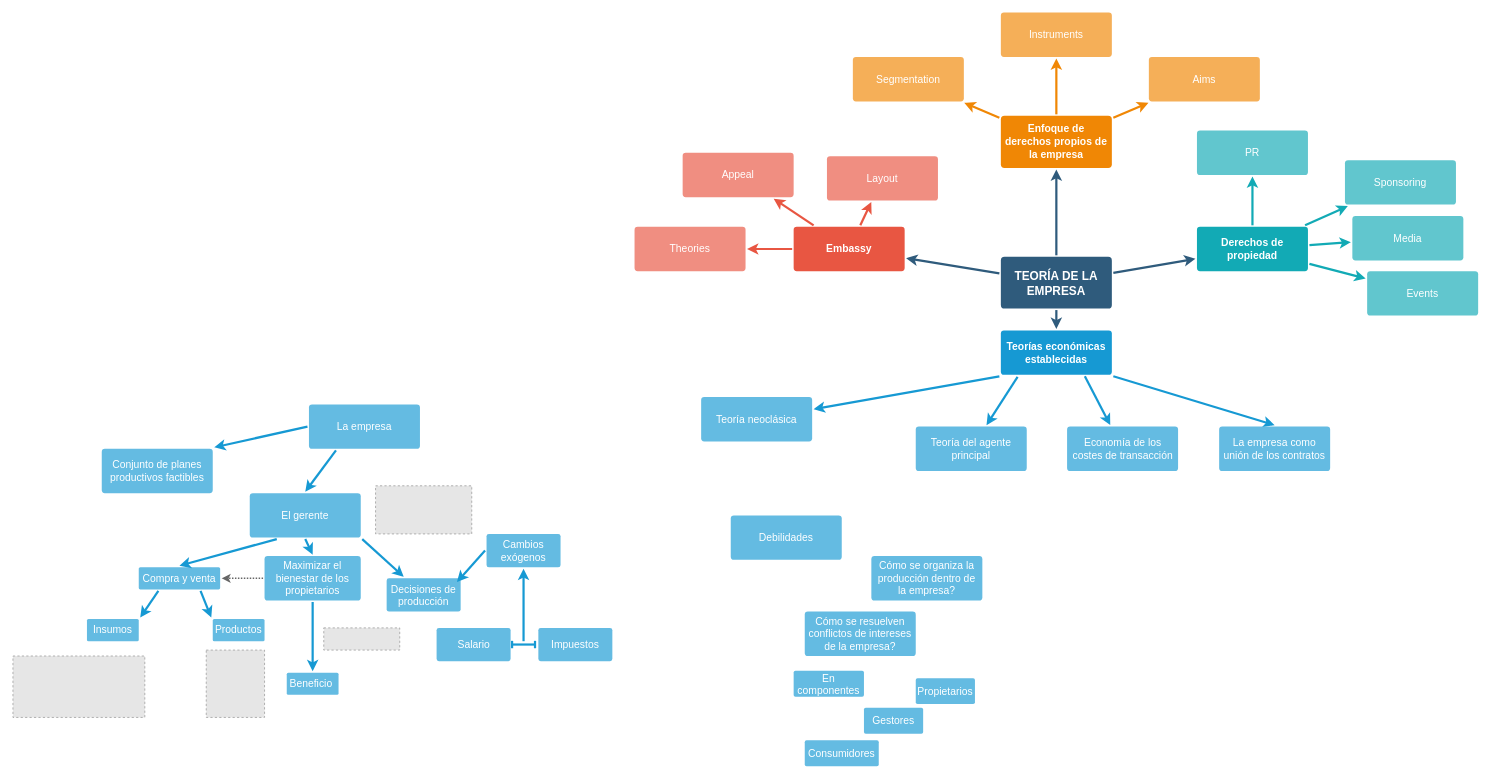
Before: MAPAS MENTALES/Teoría de la regulación.drawio in Jose85100/DIAGRAMAS, a draw.io diagram. Source tidied: cells renumbered, new cells numbered last; positions are measured from the earlier drawing's top-left corner, leaving out a move shared by most shapes. Both pictures are drawn from the tidied source at 74%, with x=0, y=0 at pixel (13, 12). Pictures stored in the file or linked from it are replaced by grey dashed boxes.
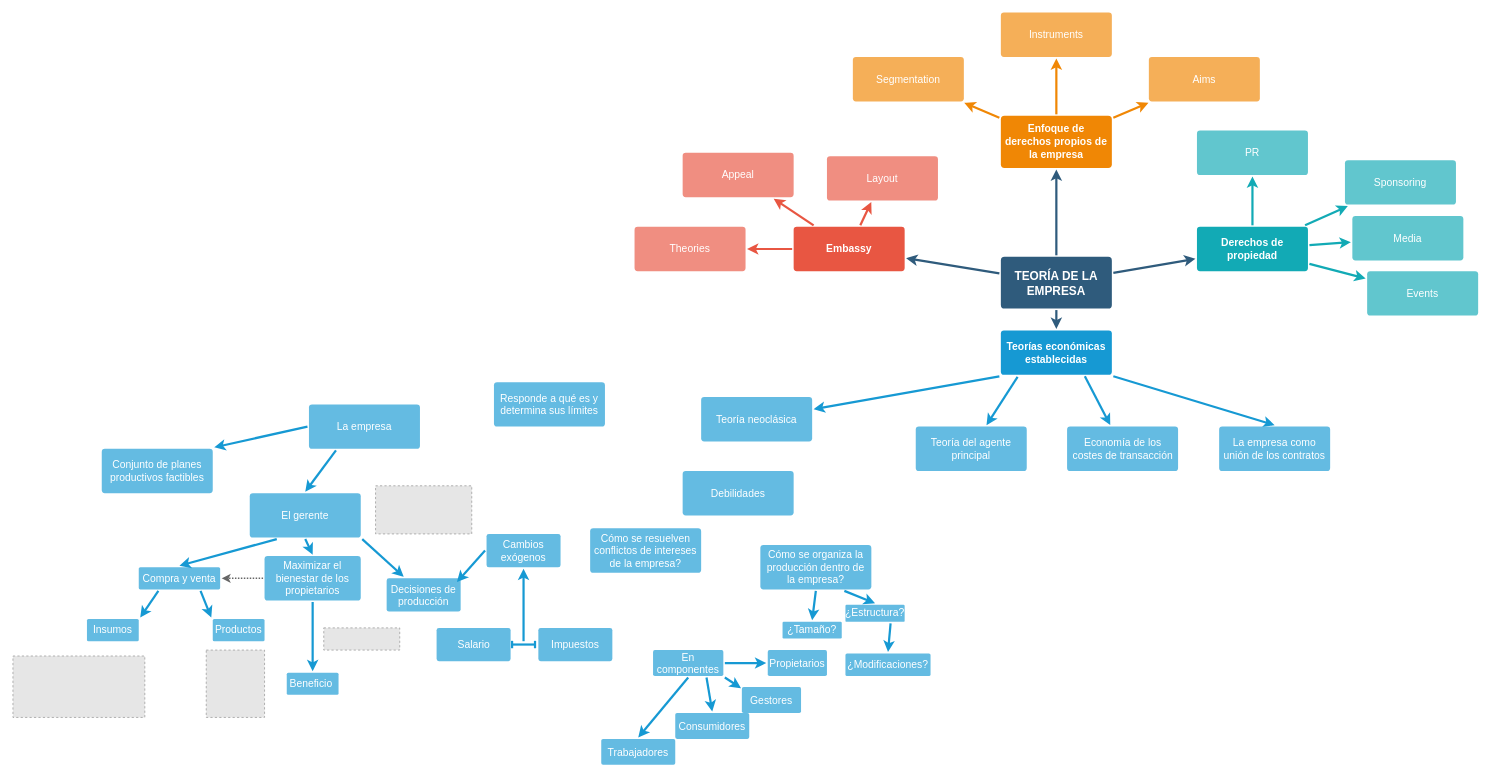
The same diagram, later.

The edit, as a diff of the source:
```diff
@@
     <mxCell id="63" value="Debilidades" style="rounded=1;whiteSpace=wrap;html=1;shadow=0;labelBackgroundColor=none;strokeColor=none;strokeWidth=3;fillColor=#64bbe2;fontFamily=Helvetica;fontSize=14;fontColor=#FFFFFF;align=center;spacing=5;arcSize=7;perimeterSpacing=2;" parent="1" vertex="1">
-      <mxGeometry x="970" y="680" width="150" height="60" as="geometry" />
+      <mxGeometry x="905" y="620" width="150" height="60" as="geometry" />
     </mxCell>
     <mxCell id="64" value="Cómo se organiza la producción dentro de la empresa?" style="rounded=1;whiteSpace=wrap;html=1;shadow=0;labelBackgroundColor=none;strokeColor=none;strokeWidth=3;fillColor=#64bbe2;fontFamily=Helvetica;fontSize=14;fontColor=#FFFFFF;align=center;spacing=5;arcSize=7;perimeterSpacing=2;" parent="1" vertex="1">
-      <mxGeometry x="1160" y="735" width="150" height="60" as="geometry" />
+      <mxGeometry x="1010" y="720" width="150" height="60" as="geometry" />
     </mxCell>
     <mxCell id="65" value="Cómo se resuelven conflictos de intereses de la empresa?" style="rounded=1;whiteSpace=wrap;html=1;shadow=0;labelBackgroundColor=none;strokeColor=none;strokeWidth=3;fillColor=#64bbe2;fontFamily=Helvetica;fontSize=14;fontColor=#FFFFFF;align=center;spacing=5;arcSize=7;perimeterSpacing=2;" parent="1" vertex="1">
-      <mxGeometry x="1070" y="810" width="150" height="60" as="geometry" />
+      <mxGeometry x="780" y="697.5" width="150" height="60" as="geometry" />
     </mxCell>
@@
     <mxCell id="70" value="Propietarios" style="rounded=1;whiteSpace=wrap;html=1;shadow=0;labelBackgroundColor=none;strokeColor=none;strokeWidth=3;fillColor=#64bbe2;fontFamily=Helvetica;fontSize=14;fontColor=#FFFFFF;align=center;spacing=5;arcSize=7;perimeterSpacing=2;" parent="1" vertex="1">
-      <mxGeometry x="1220" y="900" width="80" height="35" as="geometry" />
+      <mxGeometry x="1020" y="862" width="80" height="35" as="geometry" />
     </mxCell>
     <mxCell id="71" value="Gestores" style="rounded=1;whiteSpace=wrap;html=1;shadow=0;labelBackgroundColor=none;strokeColor=none;strokeWidth=3;fillColor=#64bbe2;fontFamily=Helvetica;fontSize=14;fontColor=#FFFFFF;align=center;spacing=5;arcSize=7;perimeterSpacing=2;" parent="1" vertex="1">
-      <mxGeometry x="1150" y="940" width="80" height="35" as="geometry" />
+      <mxGeometry x="985" y="912" width="80" height="35" as="geometry" />
     </mxCell>
     <mxCell id="72" value="Consumidores" style="rounded=1;whiteSpace=wrap;html=1;shadow=0;labelBackgroundColor=none;strokeColor=none;strokeWidth=3;fillColor=#64bbe2;fontFamily=Helvetica;fontSize=14;fontColor=#FFFFFF;align=center;spacing=5;arcSize=7;perimeterSpacing=2;" parent="1" vertex="1">
-      <mxGeometry x="1070" y="984" width="100" height="35" as="geometry" />
+      <mxGeometry x="895" y="947" width="100" height="35" as="geometry" />
     </mxCell>
     <mxCell id="73" value="En componentes" style="rounded=1;whiteSpace=wrap;html=1;shadow=0;labelBackgroundColor=none;strokeColor=none;strokeWidth=3;fillColor=#64bbe2;fontFamily=Helvetica;fontSize=14;fontColor=#FFFFFF;align=center;spacing=5;arcSize=7;perimeterSpacing=2;" parent="1" vertex="1">
-      <mxGeometry x="1055" y="890" width="95" height="35" as="geometry" />
+      <mxGeometry x="865" y="862" width="95" height="35" as="geometry" />
     </mxCell>
+    <mxCell id="74" value="Trabajadores" style="rounded=1;whiteSpace=wrap;html=1;shadow=0;labelBackgroundColor=none;strokeColor=none;strokeWidth=3;fillColor=#64bbe2;fontFamily=Helvetica;fontSize=14;fontColor=#FFFFFF;align=center;spacing=5;arcSize=7;perimeterSpacing=2;" parent="1" vertex="1">
+      <mxGeometry x="795" y="982" width="100" height="35" as="geometry" />
+    </mxCell>
+    <mxCell id="75" style="edgeStyle=none;rounded=0;jumpStyle=none;html=1;shadow=0;labelBackgroundColor=none;startArrow=none;startFill=0;endArrow=classic;endFill=1;jettySize=auto;strokeColor=#1699D3;strokeWidth=3;fontFamily=Helvetica;fontSize=14;fontColor=#FFFFFF;spacing=5;entryX=0;entryY=0.5;entryDx=0;entryDy=0;exitX=1;exitY=0.5;exitDx=0;exitDy=0;" parent="1" edge="1" source="73" target="70">
+      <mxGeometry relative="1" as="geometry" />
+    </mxCell>
+    <mxCell id="76" style="edgeStyle=none;rounded=0;jumpStyle=none;html=1;shadow=0;labelBackgroundColor=none;startArrow=none;startFill=0;endArrow=classic;endFill=1;jettySize=auto;strokeColor=#1699D3;strokeWidth=3;fontFamily=Helvetica;fontSize=14;fontColor=#FFFFFF;spacing=5;entryX=0.011;entryY=0.088;entryDx=0;entryDy=0;exitX=1;exitY=1;exitDx=0;exitDy=0;entryPerimeter=0;" parent="1" edge="1" source="73" target="71">
+      <mxGeometry relative="1" as="geometry" />
+    </mxCell>
+    <mxCell id="77" style="edgeStyle=none;rounded=0;jumpStyle=none;html=1;shadow=0;labelBackgroundColor=none;startArrow=none;startFill=0;endArrow=classic;endFill=1;jettySize=auto;strokeColor=#1699D3;strokeWidth=3;fontFamily=Helvetica;fontSize=14;fontColor=#FFFFFF;spacing=5;exitX=0.75;exitY=1;exitDx=0;exitDy=0;entryX=0.5;entryY=0;entryDx=0;entryDy=0;" parent="1" edge="1" source="73" target="72">
+      <mxGeometry relative="1" as="geometry" />
+    </mxCell>
+    <mxCell id="78" style="edgeStyle=none;rounded=0;jumpStyle=none;html=1;shadow=0;labelBackgroundColor=none;startArrow=none;startFill=0;endArrow=classic;endFill=1;jettySize=auto;strokeColor=#1699D3;strokeWidth=3;fontFamily=Helvetica;fontSize=14;fontColor=#FFFFFF;spacing=5;exitX=0.5;exitY=1;exitDx=0;exitDy=0;entryX=0.5;entryY=0;entryDx=0;entryDy=0;" parent="1" edge="1" source="73" target="74">
+      <mxGeometry relative="1" as="geometry" />
+    </mxCell>
+    <mxCell id="79" value="Responde a qué es y determina sus límites" style="rounded=1;whiteSpace=wrap;html=1;shadow=0;labelBackgroundColor=none;strokeColor=none;strokeWidth=3;fillColor=#64bbe2;fontFamily=Helvetica;fontSize=14;fontColor=#FFFFFF;align=center;spacing=5;arcSize=7;perimeterSpacing=2;" parent="1" vertex="1">
+      <mxGeometry x="650" y="500" width="150" height="60" as="geometry" />
+    </mxCell>
+    <mxCell id="80" style="edgeStyle=none;rounded=0;jumpStyle=none;html=1;shadow=0;labelBackgroundColor=none;startArrow=none;startFill=0;endArrow=classic;endFill=1;jettySize=auto;strokeColor=#1699D3;strokeWidth=3;fontFamily=Helvetica;fontSize=14;fontColor=#FFFFFF;spacing=5;exitX=0.5;exitY=1;exitDx=0;exitDy=0;entryX=0.5;entryY=0;entryDx=0;entryDy=0;" parent="1" edge="1" source="64" target="81">
+      <mxGeometry relative="1" as="geometry" />
+    </mxCell>
+    <mxCell id="81" value="¿Tamaño?" style="rounded=1;whiteSpace=wrap;html=1;shadow=0;labelBackgroundColor=none;strokeColor=none;strokeWidth=3;fillColor=#64bbe2;fontFamily=Helvetica;fontSize=14;fontColor=#FFFFFF;align=center;spacing=5;arcSize=7;perimeterSpacing=2;" parent="1" vertex="1">
+      <mxGeometry x="1040" y="823.8" width="80" height="22.5" as="geometry" />
+    </mxCell>
+    <mxCell id="82" value="¿Estructura?" style="rounded=1;whiteSpace=wrap;html=1;shadow=0;labelBackgroundColor=none;strokeColor=none;strokeWidth=3;fillColor=#64bbe2;fontFamily=Helvetica;fontSize=14;fontColor=#FFFFFF;align=center;spacing=5;arcSize=7;perimeterSpacing=2;" parent="1" vertex="1">
+      <mxGeometry x="1125" y="800.8" width="80" height="23" as="geometry" />
+    </mxCell>
+    <mxCell id="83" value="¿Modificaciones?" style="rounded=1;whiteSpace=wrap;html=1;shadow=0;labelBackgroundColor=none;strokeColor=none;strokeWidth=3;fillColor=#64bbe2;fontFamily=Helvetica;fontSize=14;fontColor=#FFFFFF;align=center;spacing=5;arcSize=7;perimeterSpacing=2;" parent="1" vertex="1">
+      <mxGeometry x="1125" y="866.5" width="115" height="30.5" as="geometry" />
+    </mxCell>
+    <mxCell id="84" style="edgeStyle=none;rounded=0;jumpStyle=none;html=1;shadow=0;labelBackgroundColor=none;startArrow=none;startFill=0;endArrow=classic;endFill=1;jettySize=auto;strokeColor=#1699D3;strokeWidth=3;fontFamily=Helvetica;fontSize=14;fontColor=#FFFFFF;spacing=5;exitX=0.75;exitY=1;exitDx=0;exitDy=0;entryX=0.5;entryY=0;entryDx=0;entryDy=0;" parent="1" edge="1" source="64" target="82">
+      <mxGeometry relative="1" as="geometry" />
+    </mxCell>
+    <mxCell id="85" style="edgeStyle=none;rounded=0;jumpStyle=none;html=1;shadow=0;labelBackgroundColor=none;startArrow=none;startFill=0;endArrow=classic;endFill=1;jettySize=auto;strokeColor=#1699D3;strokeWidth=3;fontFamily=Helvetica;fontSize=14;fontColor=#FFFFFF;spacing=5;exitX=0.75;exitY=1;exitDx=0;exitDy=0;entryX=0.5;entryY=0;entryDx=0;entryDy=0;" parent="1" edge="1" source="82" target="83">
+      <mxGeometry relative="1" as="geometry" />
+    </mxCell>
```
